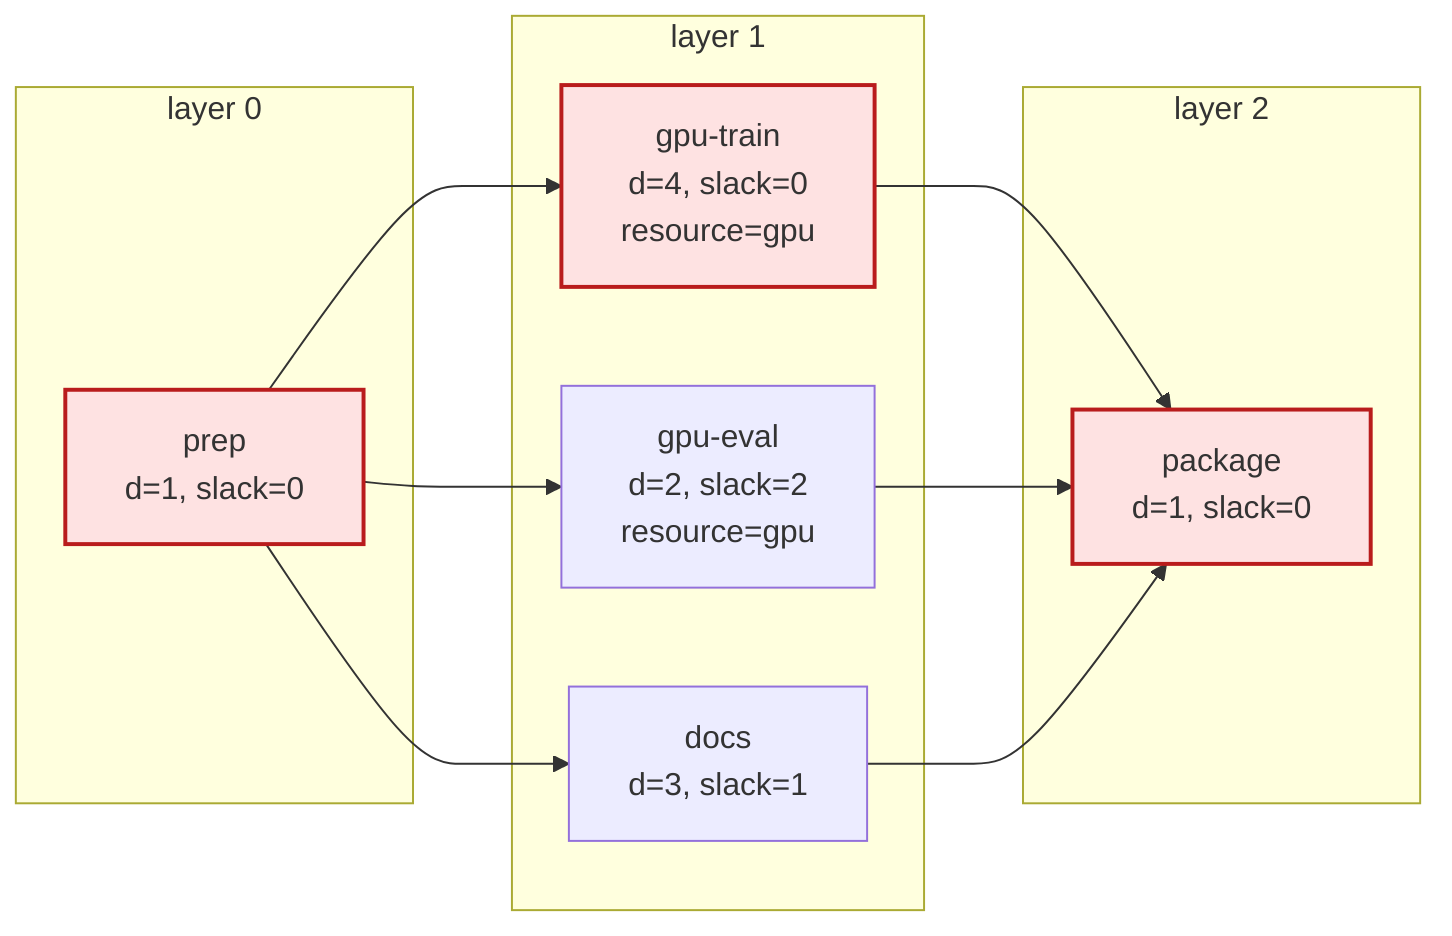
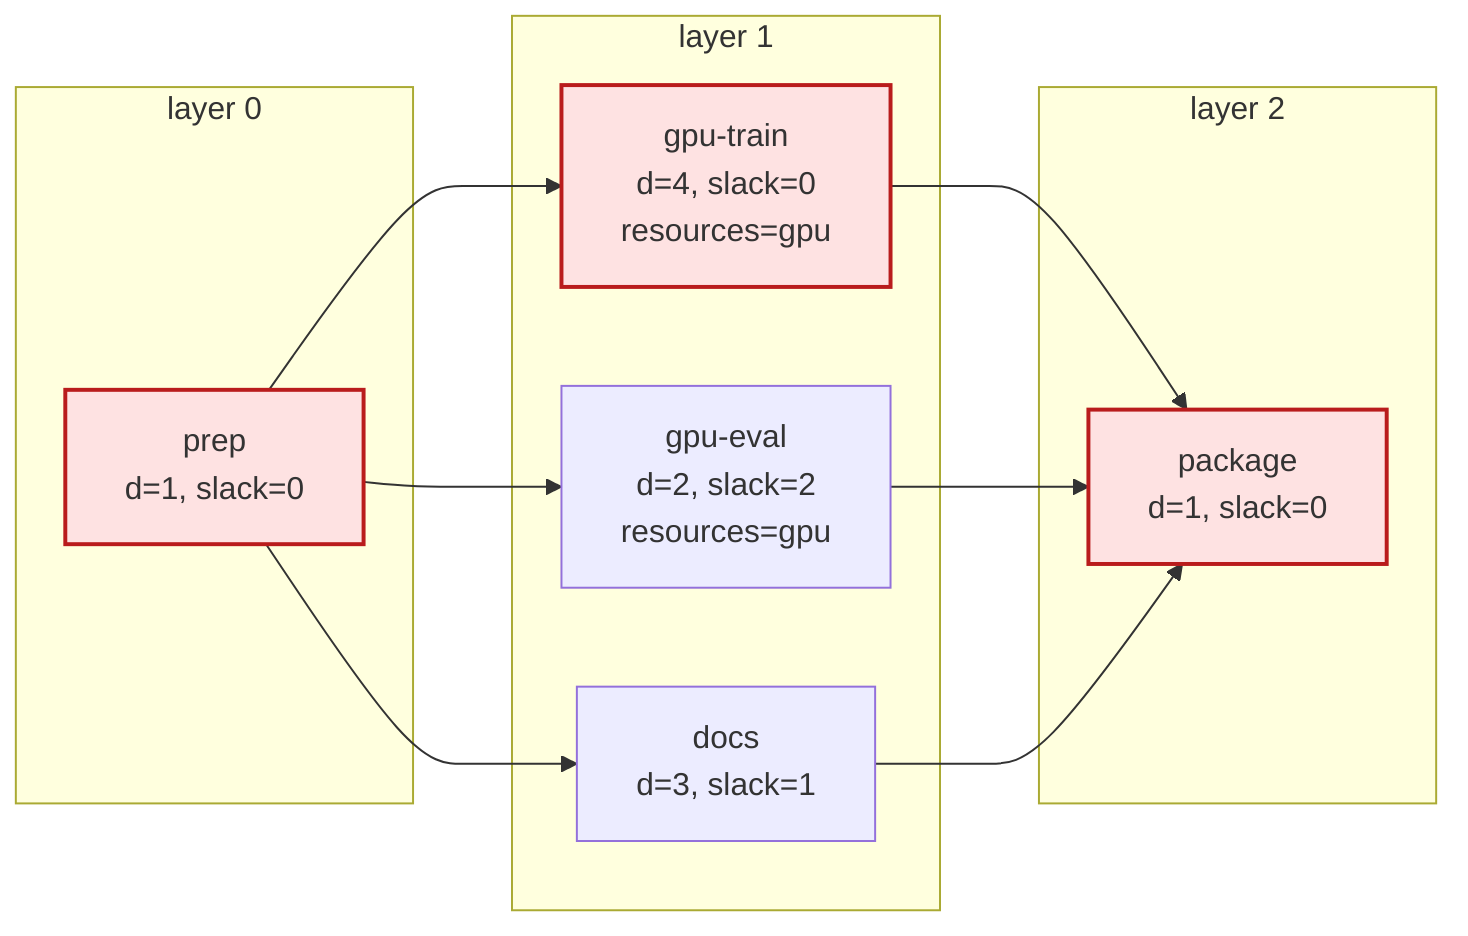
flowchart LR
  %% makespan=6
  %% critical_path=prep,gpu-train,package
  classDef critical fill:#fee2e2,stroke:#b91c1c,stroke-width:2px
  subgraph layer_0["layer 0"]
    task_0["prep<br/>d=1, slack=0"]
  end
  subgraph layer_1["layer 1"]
    task_1["docs<br/>d=3, slack=1"]
-     task_2["gpu-eval<br/>d=2, slack=2<br/>resource=gpu"]
-     task_3["gpu-train<br/>d=4, slack=0<br/>resource=gpu"]
+     task_2["gpu-eval<br/>d=2, slack=2<br/>resources=gpu"]
+     task_3["gpu-train<br/>d=4, slack=0<br/>resources=gpu"]
  end
  subgraph layer_2["layer 2"]
    task_4["package<br/>d=1, slack=0"]
  end
  task_0 --> task_1
  task_0 --> task_2
  task_0 --> task_3
  task_3 --> task_4
  task_2 --> task_4
  task_1 --> task_4
  class task_0,task_3,task_4 critical
